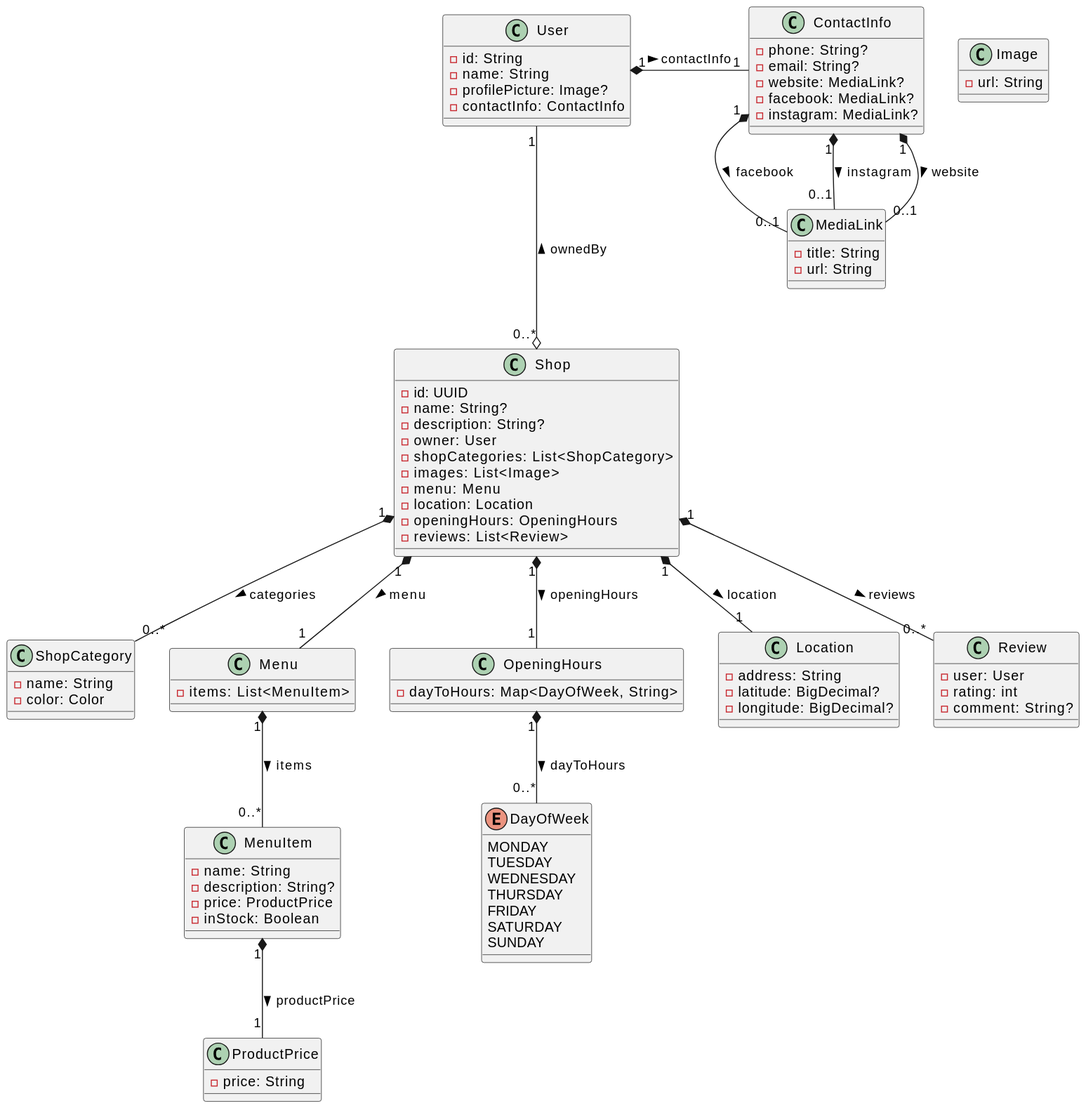
Before: docs/diagram-img/class.svg, a diagram exported from PlantUML (tondracek/my-farmer).
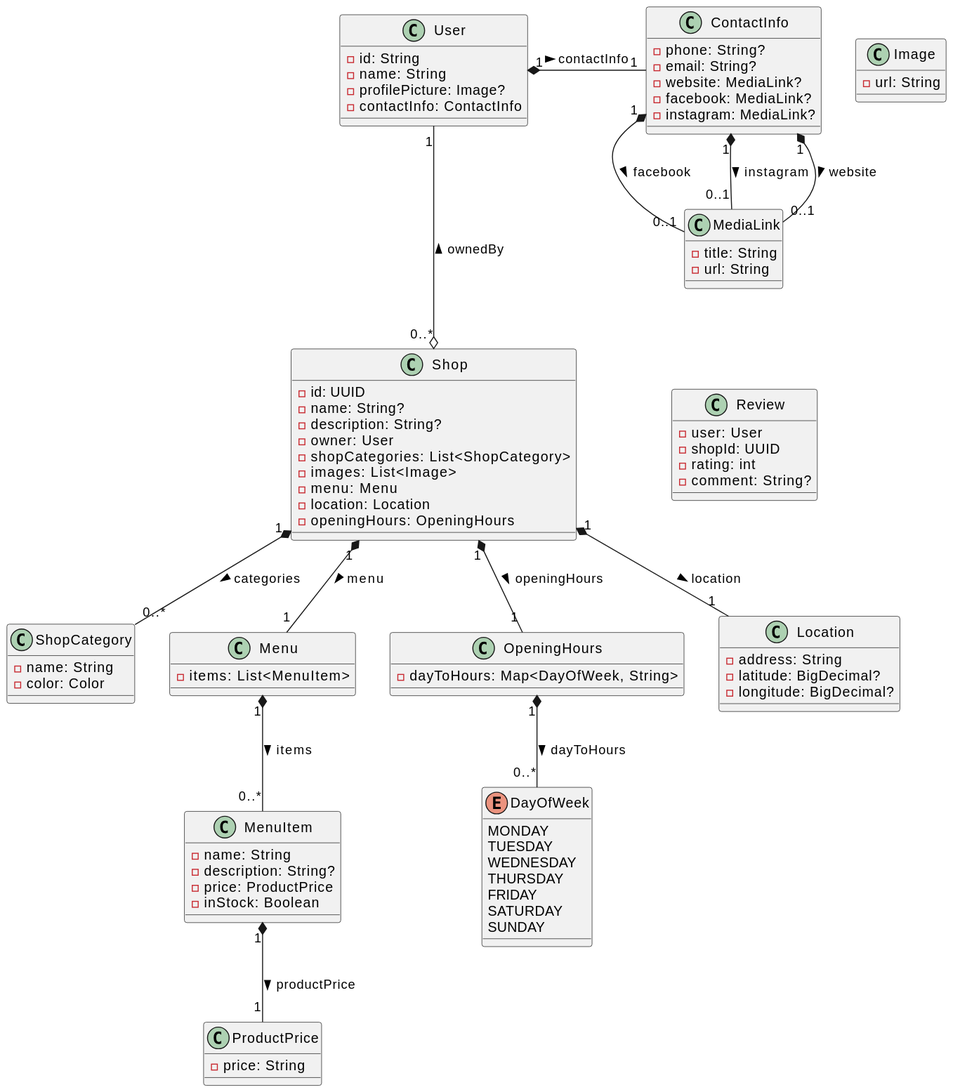
Later version of the same file.

Commit message:
🖼️ Auto-update UML diagrams

Change to the diagram source:
```diff
@@ -40,7 +40,6 @@
     - menu: Menu
     - location: Location
     - openingHours: OpeningHours
-    - reviews: List<Review>
 }
 
 User "1" ---o "0..*" Shop : ownedBy <
@@ -103,11 +102,12 @@
 
 class Review {
     - user: User
+    - shopId: UUID
     - rating: int
     - comment: String?
 }
 
-Shop "1" *-- "0..*" Review : reviews >
+Shop "1" *-[hidden] "0..*" Review : reviews >
 
 
 class Image {
```
